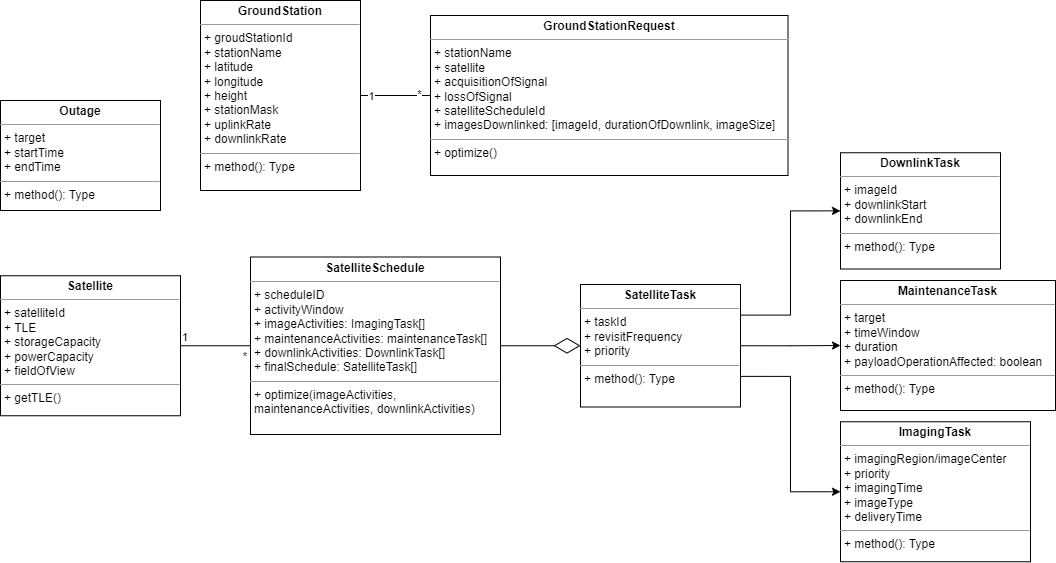
The draw.io diagram models/UML_model.png in YuJ-Li/Satellite_Operations_Services_Optimizer, before a commit. Source tidied: cells renumbered, new cells last; positions are measured from the earlier drawing's top-left corner, leaving out a move shared by most shapes.
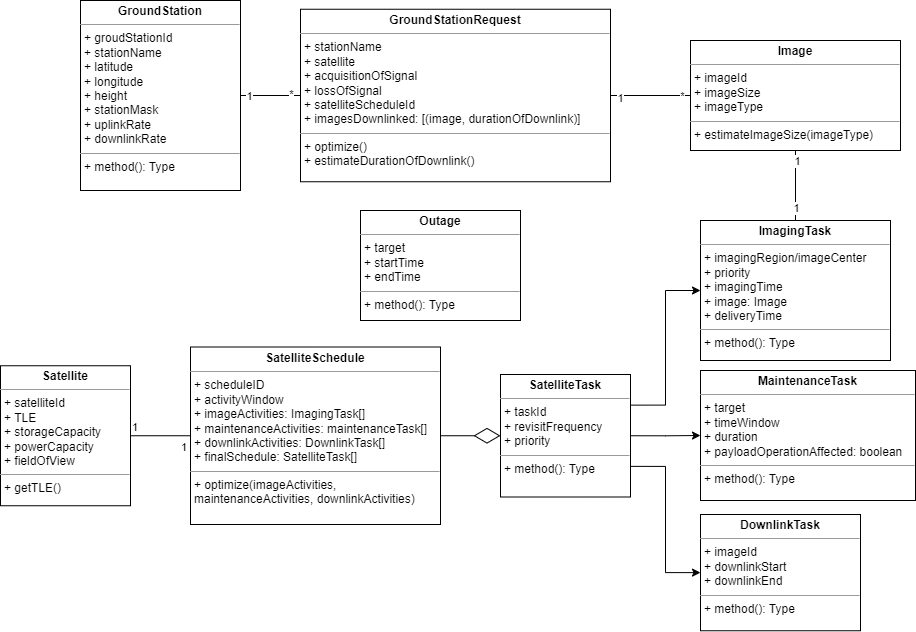
After the change.

Change to the diagram source:
```diff
@@ -3,34 +3,34 @@
     <mxCell id="0" />
     <mxCell id="1" parent="0" />
     <mxCell id="2" value="&lt;p style=&quot;margin:0px;margin-top:4px;text-align:center;&quot;&gt;&lt;b&gt;Satellite&lt;/b&gt;&lt;/p&gt;&lt;hr size=&quot;1&quot;&gt;&lt;p style=&quot;margin:0px;margin-left:4px;&quot;&gt;+ satelliteId&lt;/p&gt;&lt;p style=&quot;margin:0px;margin-left:4px;&quot;&gt;+ TLE&lt;/p&gt;&lt;p style=&quot;margin:0px;margin-left:4px;&quot;&gt;+ storageCapacity&lt;/p&gt;&lt;p style=&quot;margin:0px;margin-left:4px;&quot;&gt;+ powerCapacity&lt;/p&gt;&lt;p style=&quot;margin:0px;margin-left:4px;&quot;&gt;&lt;span style=&quot;background-color: initial;&quot;&gt;+ fieldOfView&lt;/span&gt;&lt;br&gt;&lt;/p&gt;&lt;hr size=&quot;1&quot;&gt;&lt;p style=&quot;margin:0px;margin-left:4px;&quot;&gt;+ getTLE()&lt;/p&gt;&lt;p style=&quot;margin:0px;margin-left:4px;&quot;&gt;&lt;br&gt;&lt;/p&gt;" style="verticalAlign=top;align=left;overflow=fill;fontSize=12;fontFamily=Helvetica;html=1;whiteSpace=wrap;" parent="1" vertex="1">
-      <mxGeometry y="275.2" width="180" height="140" as="geometry" />
+      <mxGeometry x="140" y="275.2" width="130" height="140" as="geometry" />
     </mxCell>
     <mxCell id="3" value="&lt;p style=&quot;margin:0px;margin-top:4px;text-align:center;&quot;&gt;&lt;b&gt;GroundStation&lt;/b&gt;&lt;/p&gt;&lt;hr size=&quot;1&quot;&gt;&lt;p style=&quot;border-color: var(--border-color); margin: 0px 0px 0px 4px;&quot;&gt;+ groudStationId&lt;/p&gt;&lt;p style=&quot;border-color: var(--border-color); margin: 0px 0px 0px 4px;&quot;&gt;+ stationName&lt;/p&gt;&lt;p style=&quot;border-color: var(--border-color); margin: 0px 0px 0px 4px;&quot;&gt;+ latitude&lt;/p&gt;&lt;p style=&quot;border-color: var(--border-color); margin: 0px 0px 0px 4px;&quot;&gt;+ longitude&lt;/p&gt;&lt;p style=&quot;border-color: var(--border-color); margin: 0px 0px 0px 4px;&quot;&gt;+ height&lt;/p&gt;&lt;p style=&quot;border-color: var(--border-color); margin: 0px 0px 0px 4px;&quot;&gt;+ stationMask&lt;/p&gt;&lt;p style=&quot;border-color: var(--border-color); margin: 0px 0px 0px 4px;&quot;&gt;+ uplinkRate&lt;/p&gt;&lt;p style=&quot;border-color: var(--border-color); margin: 0px 0px 0px 4px;&quot;&gt;+ downlinkRate&lt;/p&gt;&lt;hr size=&quot;1&quot;&gt;&lt;p style=&quot;margin:0px;margin-left:4px;&quot;&gt;+ method(): Type&lt;/p&gt;" style="verticalAlign=top;align=left;overflow=fill;fontSize=12;fontFamily=Helvetica;html=1;whiteSpace=wrap;" parent="1" vertex="1">
-      <mxGeometry x="200" width="160" height="190" as="geometry" />
+      <mxGeometry x="220" y="-90" width="160" height="190" as="geometry" />
     </mxCell>
     <mxCell id="4" value="&lt;p style=&quot;margin:0px;margin-top:4px;text-align:center;&quot;&gt;&lt;b&gt;SatelliteSchedule&lt;/b&gt;&lt;/p&gt;&lt;hr size=&quot;1&quot;&gt;&lt;p style=&quot;margin:0px;margin-left:4px;&quot;&gt;+ scheduleID&lt;br&gt;&lt;/p&gt;&lt;p style=&quot;margin:0px;margin-left:4px;&quot;&gt;+ activityWindow&lt;/p&gt;&lt;p style=&quot;margin:0px;margin-left:4px;&quot;&gt;+ imageActivities: ImagingTask[]&lt;/p&gt;&lt;p style=&quot;margin:0px;margin-left:4px;&quot;&gt;+ maintenanceActivities: maintenanceTask[]&lt;/p&gt;&lt;p style=&quot;margin:0px;margin-left:4px;&quot;&gt;+ downlinkActivities: DownlinkTask[]&lt;/p&gt;&lt;p style=&quot;margin:0px;margin-left:4px;&quot;&gt;+ finalSchedule: SatelliteTask[]&lt;/p&gt;&lt;hr size=&quot;1&quot;&gt;&lt;p style=&quot;margin:0px;margin-left:4px;&quot;&gt;+ optimize(imageActivities, maintenanceActivities, downlinkActivities&lt;span style=&quot;background-color: initial;&quot;&gt;)&lt;/span&gt;&lt;/p&gt;" style="verticalAlign=top;align=left;overflow=fill;fontSize=12;fontFamily=Helvetica;html=1;whiteSpace=wrap;" parent="1" vertex="1">
-      <mxGeometry x="250" y="256.5" width="250" height="177.5" as="geometry" />
+      <mxGeometry x="330" y="256.5" width="250" height="177.5" as="geometry" />
     </mxCell>
-    <mxCell id="5" style="edgeStyle=orthogonalEdgeStyle;rounded=0;jettySize=auto;html=1;exitX=1;exitY=0.75;exitDx=0;exitDy=0;entryX=0;entryY=0.5;entryDx=0;entryDy=0;" parent="1" edge="1" source="8" target="9">
+    <mxCell id="5" style="edgeStyle=orthogonalEdgeStyle;rounded=0;jettySize=auto;html=1;exitX=1;exitY=0.25;exitDx=0;exitDy=0;entryX=0;entryY=0.5;entryDx=0;entryDy=0;" parent="1" edge="1" source="8" target="9">
       <mxGeometry relative="1" as="geometry" />
     </mxCell>
     <mxCell id="6" style="edgeStyle=orthogonalEdgeStyle;rounded=0;jettySize=auto;html=1;exitX=1;exitY=0.5;exitDx=0;exitDy=0;entryX=0;entryY=0.5;entryDx=0;entryDy=0;" parent="1" edge="1" source="8" target="10">
       <mxGeometry relative="1" as="geometry" />
     </mxCell>
-    <mxCell id="7" style="edgeStyle=orthogonalEdgeStyle;rounded=0;jettySize=auto;html=1;entryX=0;entryY=0.5;entryDx=0;entryDy=0;exitX=1;exitY=0.25;exitDx=0;exitDy=0;" parent="1" edge="1" source="8" target="16">
+    <mxCell id="7" style="edgeStyle=orthogonalEdgeStyle;rounded=0;jettySize=auto;html=1;entryX=0;entryY=0.5;entryDx=0;entryDy=0;exitX=1;exitY=0.75;exitDx=0;exitDy=0;" parent="1" edge="1" source="8" target="16">
       <mxGeometry relative="1" as="geometry" />
     </mxCell>
     <mxCell id="8" value="&lt;p style=&quot;margin:0px;margin-top:4px;text-align:center;&quot;&gt;&lt;b&gt;SatelliteTask&lt;/b&gt;&lt;/p&gt;&lt;hr size=&quot;1&quot;&gt;&lt;p style=&quot;margin:0px;margin-left:4px;&quot;&gt;+ taskId&lt;/p&gt;&lt;p style=&quot;margin:0px;margin-left:4px;&quot;&gt;+ revisitFrequency&lt;br&gt;&lt;/p&gt;&lt;p style=&quot;margin:0px;margin-left:4px;&quot;&gt;+ priority&lt;/p&gt;&lt;hr size=&quot;1&quot;&gt;&lt;p style=&quot;margin:0px;margin-left:4px;&quot;&gt;+ method(): Type&lt;/p&gt;" style="verticalAlign=top;align=left;overflow=fill;fontSize=12;fontFamily=Helvetica;html=1;whiteSpace=wrap;" parent="1" vertex="1">
-      <mxGeometry x="580" y="284" width="160" height="122.5" as="geometry" />
+      <mxGeometry x="640" y="284" width="130" height="122.5" as="geometry" />
     </mxCell>
-    <mxCell id="9" value="&lt;p style=&quot;margin:0px;margin-top:4px;text-align:center;&quot;&gt;&lt;b&gt;ImagingTask&lt;/b&gt;&lt;/p&gt;&lt;hr size=&quot;1&quot;&gt;&lt;p style=&quot;margin:0px;margin-left:4px;&quot;&gt;&lt;span style=&quot;background-color: initial;&quot;&gt;+ imagingRegion/imageCenter&lt;/span&gt;&lt;br&gt;&lt;/p&gt;&lt;p style=&quot;margin:0px;margin-left:4px;&quot;&gt;&lt;span style=&quot;background-color: initial;&quot;&gt;+ priority&lt;/span&gt;&lt;/p&gt;&lt;p style=&quot;margin:0px;margin-left:4px;&quot;&gt;+ imagingTime&lt;/p&gt;&lt;p style=&quot;margin:0px;margin-left:4px;&quot;&gt;+ imageType&lt;/p&gt;&lt;p style=&quot;margin:0px;margin-left:4px;&quot;&gt;+ deliveryTime&lt;/p&gt;&lt;hr size=&quot;1&quot;&gt;&lt;p style=&quot;margin:0px;margin-left:4px;&quot;&gt;+ method(): Type&lt;/p&gt;" style="verticalAlign=top;align=left;overflow=fill;fontSize=12;fontFamily=Helvetica;html=1;whiteSpace=wrap;" parent="1" vertex="1">
-      <mxGeometry x="840" y="421.2" width="190" height="140" as="geometry" />
+    <mxCell id="9" value="&lt;p style=&quot;margin:0px;margin-top:4px;text-align:center;&quot;&gt;&lt;b&gt;ImagingTask&lt;/b&gt;&lt;/p&gt;&lt;hr size=&quot;1&quot;&gt;&lt;p style=&quot;margin:0px;margin-left:4px;&quot;&gt;&lt;span style=&quot;background-color: initial;&quot;&gt;+ imagingRegion/imageCenter&lt;/span&gt;&lt;br&gt;&lt;/p&gt;&lt;p style=&quot;margin:0px;margin-left:4px;&quot;&gt;&lt;span style=&quot;background-color: initial;&quot;&gt;+ priority&lt;/span&gt;&lt;/p&gt;&lt;p style=&quot;margin:0px;margin-left:4px;&quot;&gt;+ imagingTime&lt;/p&gt;&lt;p style=&quot;margin:0px;margin-left:4px;&quot;&gt;+ image: Image&lt;/p&gt;&lt;p style=&quot;margin:0px;margin-left:4px;&quot;&gt;+ deliveryTime&lt;/p&gt;&lt;hr size=&quot;1&quot;&gt;&lt;p style=&quot;margin:0px;margin-left:4px;&quot;&gt;+ method(): Type&lt;/p&gt;" style="verticalAlign=top;align=left;overflow=fill;fontSize=12;fontFamily=Helvetica;html=1;whiteSpace=wrap;" parent="1" vertex="1">
+      <mxGeometry x="840" y="130" width="190" height="140" as="geometry" />
     </mxCell>
     <mxCell id="10" value="&lt;p style=&quot;margin:0px;margin-top:4px;text-align:center;&quot;&gt;&lt;b&gt;MaintenanceTask&lt;/b&gt;&lt;/p&gt;&lt;hr size=&quot;1&quot;&gt;&lt;p style=&quot;margin:0px;margin-left:4px;&quot;&gt;&lt;span style=&quot;background-color: initial;&quot;&gt;+ target&lt;/span&gt;&lt;/p&gt;&lt;p style=&quot;margin:0px;margin-left:4px;&quot;&gt;&lt;span style=&quot;background-color: initial;&quot;&gt;+ timeWindow&lt;/span&gt;&lt;/p&gt;&lt;p style=&quot;margin:0px;margin-left:4px;&quot;&gt;&lt;span style=&quot;background-color: initial;&quot;&gt;+ duration&lt;/span&gt;&lt;/p&gt;&lt;p style=&quot;margin:0px;margin-left:4px;&quot;&gt;&lt;span style=&quot;background-color: initial;&quot;&gt;+ payloadOperationAffected: boolean&lt;/span&gt;&lt;/p&gt;&lt;hr size=&quot;1&quot;&gt;&lt;p style=&quot;margin:0px;margin-left:4px;&quot;&gt;+ method(): Type&lt;/p&gt;" style="verticalAlign=top;align=left;overflow=fill;fontSize=12;fontFamily=Helvetica;html=1;whiteSpace=wrap;" parent="1" vertex="1">
       <mxGeometry x="840" y="280" width="215" height="130" as="geometry" />
     </mxCell>
-    <mxCell id="11" value="&lt;p style=&quot;margin:0px;margin-top:4px;text-align:center;&quot;&gt;&lt;b&gt;GroundStationRequest&lt;/b&gt;&lt;/p&gt;&lt;hr size=&quot;1&quot;&gt;&lt;p style=&quot;margin:0px;margin-left:4px;&quot;&gt;+ stationName&lt;/p&gt;&lt;p style=&quot;margin:0px;margin-left:4px;&quot;&gt;+ satellite&lt;/p&gt;&lt;p style=&quot;margin:0px;margin-left:4px;&quot;&gt;+ acquisitionOfSignal&lt;/p&gt;&lt;p style=&quot;margin:0px;margin-left:4px;&quot;&gt;+ lossOfSignal&lt;/p&gt;&lt;p style=&quot;margin:0px;margin-left:4px;&quot;&gt;+ satelliteScheduleId&lt;/p&gt;&lt;p style=&quot;margin:0px;margin-left:4px;&quot;&gt;+ imagesDownlinked: [imageId, durationOfDownlink, imageSize]&lt;/p&gt;&lt;hr size=&quot;1&quot;&gt;&lt;p style=&quot;margin:0px;margin-left:4px;&quot;&gt;+ optimize()&lt;br&gt;&lt;/p&gt;" style="verticalAlign=top;align=left;overflow=fill;fontSize=12;fontFamily=Helvetica;html=1;whiteSpace=wrap;" parent="1" vertex="1">
-      <mxGeometry x="430" y="15" width="357.5" height="160" as="geometry" />
+    <mxCell id="11" value="&lt;p style=&quot;margin:0px;margin-top:4px;text-align:center;&quot;&gt;&lt;b&gt;GroundStationRequest&lt;/b&gt;&lt;/p&gt;&lt;hr size=&quot;1&quot;&gt;&lt;p style=&quot;margin:0px;margin-left:4px;&quot;&gt;+ stationName&lt;/p&gt;&lt;p style=&quot;margin:0px;margin-left:4px;&quot;&gt;+ satellite&lt;/p&gt;&lt;p style=&quot;margin:0px;margin-left:4px;&quot;&gt;+ acquisitionOfSignal&lt;/p&gt;&lt;p style=&quot;margin:0px;margin-left:4px;&quot;&gt;+ lossOfSignal&lt;/p&gt;&lt;p style=&quot;margin:0px;margin-left:4px;&quot;&gt;+ satelliteScheduleId&lt;/p&gt;&lt;p style=&quot;margin:0px;margin-left:4px;&quot;&gt;+ imagesDownlinked: [(image, durationOfDownlink)]&lt;/p&gt;&lt;hr size=&quot;1&quot;&gt;&lt;p style=&quot;margin:0px;margin-left:4px;&quot;&gt;+ optimize()&lt;br&gt;&lt;/p&gt;&lt;p style=&quot;margin:0px;margin-left:4px;&quot;&gt;+ estimateDurationOfDownlink()&lt;/p&gt;" style="verticalAlign=top;align=left;overflow=fill;fontSize=12;fontFamily=Helvetica;html=1;whiteSpace=wrap;" parent="1" vertex="1">
+      <mxGeometry x="440" y="-81.2" width="310" height="172.5" as="geometry" />
     </mxCell>
     <mxCell id="12" style="endArrow=none;html=1;edgeStyle=orthogonalEdgeStyle;rounded=0;entryX=0;entryY=0.5;entryDx=0;entryDy=0;exitX=1;exitY=0.5;exitDx=0;exitDy=0;" parent="1" edge="1" source="2" target="4">
       <mxGeometry relative="1" as="geometry" />
@@ -38,16 +38,16 @@
     <mxCell id="13" value="1" style="edgeLabel;html=1;align=left;verticalAlign=bottom;" parent="12" vertex="1">
       <mxGeometry x="-1" relative="1" as="geometry" />
     </mxCell>
-    <mxCell id="14" value="*" style="edgeLabel;html=1;align=right;verticalAlign=bottom;" parent="12" vertex="1">
+    <mxCell id="14" value="1" style="edgeLabel;html=1;align=right;verticalAlign=bottom;" parent="12" vertex="1">
       <mxGeometry x="1" relative="1" as="geometry">
-        <mxPoint x="-3" y="19" as="offset" />
+        <mxPoint x="-3" y="20" as="offset" />
       </mxGeometry>
     </mxCell>
     <mxCell id="15" value="&lt;p style=&quot;margin:0px;margin-top:4px;text-align:center;&quot;&gt;&lt;b&gt;Outage&lt;/b&gt;&lt;/p&gt;&lt;hr size=&quot;1&quot;&gt;&lt;p style=&quot;margin:0px;margin-left:4px;&quot;&gt;+ target&lt;/p&gt;&lt;p style=&quot;margin:0px;margin-left:4px;&quot;&gt;+ startTime&lt;/p&gt;&lt;p style=&quot;margin:0px;margin-left:4px;&quot;&gt;+ endTime&lt;/p&gt;&lt;hr size=&quot;1&quot;&gt;&lt;p style=&quot;margin:0px;margin-left:4px;&quot;&gt;+ method(): Type&lt;/p&gt;" style="verticalAlign=top;align=left;overflow=fill;fontSize=12;fontFamily=Helvetica;html=1;whiteSpace=wrap;" parent="1" vertex="1">
-      <mxGeometry y="100" width="160" height="110" as="geometry" />
+      <mxGeometry x="500" y="120" width="160" height="110" as="geometry" />
     </mxCell>
     <mxCell id="16" value="&lt;p style=&quot;margin:0px;margin-top:4px;text-align:center;&quot;&gt;&lt;b&gt;DownlinkTask&lt;/b&gt;&lt;/p&gt;&lt;hr size=&quot;1&quot;&gt;&lt;p style=&quot;margin:0px;margin-left:4px;&quot;&gt;+ imageId&lt;/p&gt;&lt;p style=&quot;margin:0px;margin-left:4px;&quot;&gt;+ downlinkStart&lt;/p&gt;&lt;p style=&quot;margin:0px;margin-left:4px;&quot;&gt;+ downlinkEnd&lt;/p&gt;&lt;hr size=&quot;1&quot;&gt;&lt;p style=&quot;margin:0px;margin-left:4px;&quot;&gt;+ method(): Type&lt;/p&gt;" style="verticalAlign=top;align=left;overflow=fill;fontSize=12;fontFamily=Helvetica;html=1;whiteSpace=wrap;" parent="1" vertex="1">
-      <mxGeometry x="840" y="152.2" width="160" height="116.2" as="geometry" />
+      <mxGeometry x="840" y="424" width="160" height="116.2" as="geometry" />
     </mxCell>
     <mxCell id="17" style="endArrow=diamondThin;endFill=0;endSize=24;html=1;rounded=0;entryX=0;entryY=0.5;entryDx=0;entryDy=0;exitX=1;exitY=0.5;exitDx=0;exitDy=0;" parent="1" edge="1" source="4" target="8">
       <mxGeometry relative="1" as="geometry" />
@@ -61,5 +61,26 @@
     <mxCell id="20" value="1" style="edgeLabel;html=1;align=center;verticalAlign=middle;" parent="18" vertex="1">
       <mxGeometry x="-0.72" relative="1" as="geometry" />
     </mxCell>
+    <mxCell id="21" value="&lt;p style=&quot;margin:0px;margin-top:4px;text-align:center;&quot;&gt;&lt;b&gt;Image&lt;/b&gt;&lt;/p&gt;&lt;hr size=&quot;1&quot;&gt;&lt;p style=&quot;margin:0px;margin-left:4px;&quot;&gt;+ imageId&lt;/p&gt;&lt;p style=&quot;margin:0px;margin-left:4px;&quot;&gt;+ imageSize&lt;/p&gt;&lt;p style=&quot;margin:0px;margin-left:4px;&quot;&gt;+ imageType&lt;/p&gt;&lt;hr size=&quot;1&quot;&gt;&lt;p style=&quot;margin:0px;margin-left:4px;&quot;&gt;+ estimateImageSize(imageType)&lt;/p&gt;" style="verticalAlign=top;align=left;overflow=fill;fontSize=12;fontFamily=Helvetica;html=1;whiteSpace=wrap;" parent="1" vertex="1">
+      <mxGeometry x="830" y="-50" width="210" height="110" as="geometry" />
+    </mxCell>
+    <mxCell id="22" style="endArrow=none;html=1;rounded=0;entryX=0;entryY=0.5;entryDx=0;entryDy=0;exitX=1;exitY=0.5;exitDx=0;exitDy=0;" parent="1" edge="1" source="11" target="21">
+      <mxGeometry relative="1" as="geometry" />
+    </mxCell>
+    <mxCell id="23" value="1" style="edgeLabel;html=1;align=center;verticalAlign=middle;" parent="22" vertex="1">
+      <mxGeometry x="-0.77" y="-2" relative="1" as="geometry" />
+    </mxCell>
+    <mxCell id="24" value="*" style="edgeLabel;html=1;align=center;verticalAlign=middle;" parent="22" vertex="1">
+      <mxGeometry x="0.78" relative="1" as="geometry" />
+    </mxCell>
+    <mxCell id="25" style="endArrow=none;html=1;rounded=0;entryX=0.5;entryY=1;entryDx=0;entryDy=0;exitX=0.5;exitY=0;exitDx=0;exitDy=0;" parent="1" edge="1" source="9" target="21">
+      <mxGeometry relative="1" as="geometry" />
+    </mxCell>
+    <mxCell id="26" value="1" style="edgeLabel;html=1;align=center;verticalAlign=middle;" parent="25" vertex="1">
+      <mxGeometry x="0.73" y="-1" relative="1" as="geometry" />
+    </mxCell>
+    <mxCell id="27" value="1" style="edgeLabel;html=1;align=center;verticalAlign=middle;" parent="25" vertex="1">
+      <mxGeometry x="-0.64" relative="1" as="geometry" />
+    </mxCell>
   </root>
 </mxGraphModel>
```
